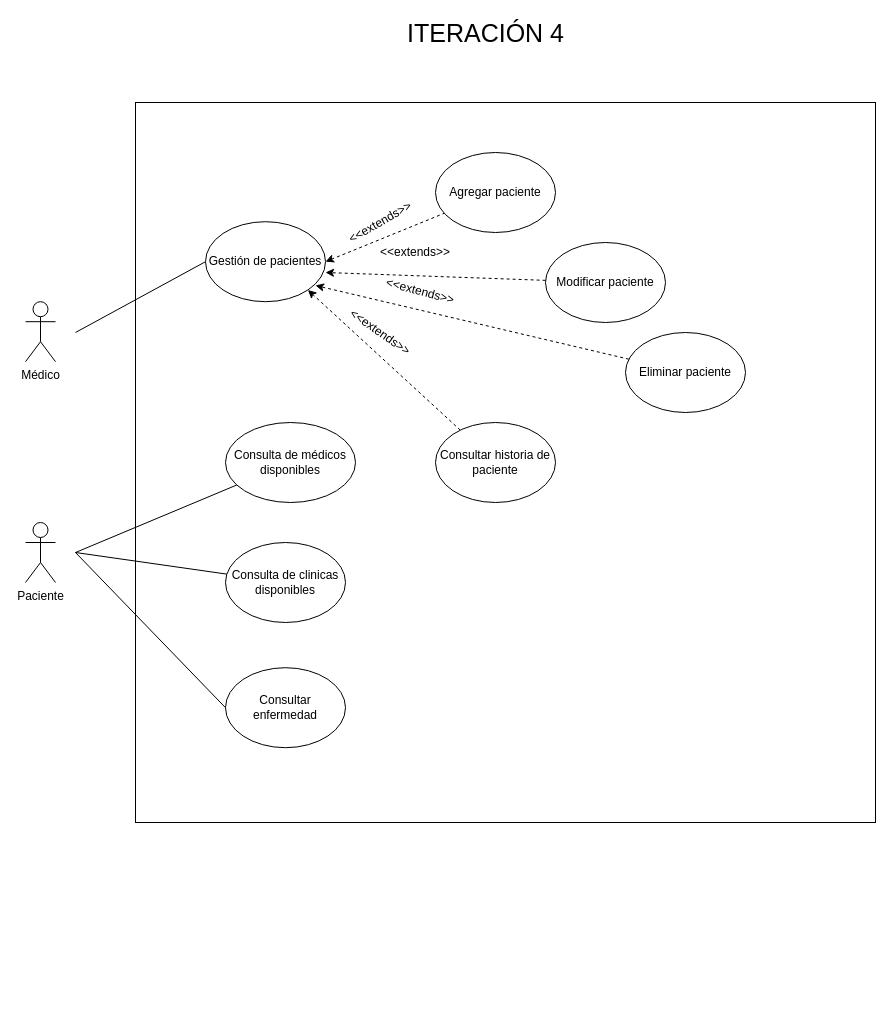
The draw.io diagram MET/CU-IT4.drawio in NeutronBlast/IS-Ex, before the edit. Source tidied: cells renumbered, new cells numbered last; positions are measured from the earlier drawing's top-left corner, leaving out a move shared by most shapes. Both pictures are drawn from the tidied source at 100%, with x=0, y=0 at pixel (25, 22).
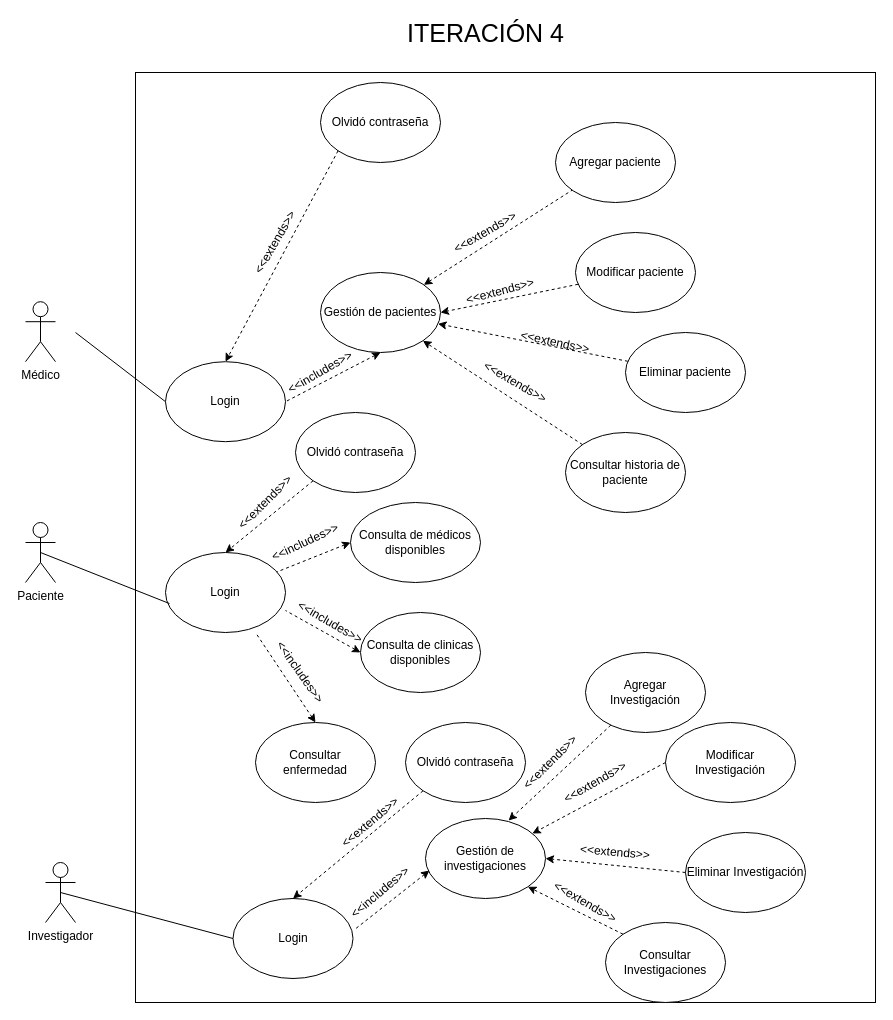
Above is the later version.

Unchanged cells that the change refers to:
```xml
<mxCell id="4" value="Paciente" style="shape=umlActor;verticalLabelPosition=bottom;labelBackgroundColor=#ffffff;verticalAlign=top;html=1;outlineConnect=0;" parent="1" vertex="1">
  <mxGeometry y="500" width="30" height="60" as="geometry" />
</mxCell>
<mxCell id="10" value="Eliminar paciente" style="ellipse;whiteSpace=wrap;html=1;" parent="1" vertex="1">
  <mxGeometry x="600" y="310" width="120" height="80" as="geometry" />
</mxCell>
```

Diff of the diagram source:
```diff
@@
     <mxCell id="2" style="whiteSpace=wrap;html=1;" parent="1" vertex="1">
-      <mxGeometry x="110" y="80" width="740" height="720" as="geometry" />
+      <mxGeometry x="110" y="50" width="740" height="930" as="geometry" />
     </mxCell>
@@
-    <mxCell id="5" style="rounded=0;jettySize=auto;html=1;exitX=1;exitY=0.5;exitDx=0;exitDy=0;endArrow=none;endFill=0;startArrow=classic;startFill=1;dashed=1;" parent="1" edge="1" source="7" target="8">
+    <mxCell id="5" style="rounded=0;jettySize=auto;html=1;endArrow=none;endFill=0;startArrow=classic;startFill=1;dashed=1;" parent="1" edge="1" source="7" target="8">
       <mxGeometry relative="1" as="geometry" />
     </mxCell>
-    <mxCell id="6" style="edgeStyle=none;rounded=0;jettySize=auto;html=1;exitX=0;exitY=0.5;exitDx=0;exitDy=0;startArrow=none;startFill=0;endArrow=none;endFill=0;" parent="1" edge="1" source="7">
+    <mxCell id="6" style="edgeStyle=none;rounded=0;jettySize=auto;html=1;exitX=0;exitY=0.5;exitDx=0;exitDy=0;startArrow=none;startFill=0;endArrow=none;endFill=0;" parent="1" edge="1" source="34">
       <mxGeometry relative="1" as="geometry">
         <mxPoint x="50" y="310" as="targetPoint" />
       </mxGeometry>
     </mxCell>
     <mxCell id="7" value="Gestión de pacientes" style="ellipse;whiteSpace=wrap;html=1;" parent="1" vertex="1">
-      <mxGeometry x="180" y="199.2" width="120" height="80" as="geometry" />
+      <mxGeometry x="295" y="250" width="120" height="80" as="geometry" />
     </mxCell>
     <mxCell id="8" value="Agregar paciente" style="ellipse;whiteSpace=wrap;html=1;" parent="1" vertex="1">
-      <mxGeometry x="410" y="130" width="120" height="80" as="geometry" />
+      <mxGeometry x="530" y="100" width="120" height="80" as="geometry" />
     </mxCell>
-    <mxCell id="9" style="edgeStyle=none;rounded=0;jettySize=auto;html=1;dashed=1;startArrow=none;startFill=0;endArrow=classic;endFill=1;" parent="1" edge="1" source="10">
-      <mxGeometry relative="1" as="geometry">
-        <mxPoint x="290" y="263" as="targetPoint" />
-      </mxGeometry>
+    <mxCell id="9" style="edgeStyle=none;rounded=0;jettySize=auto;html=1;dashed=1;startArrow=none;startFill=0;endArrow=classic;endFill=1;" parent="1" edge="1" source="10" target="7">
+      <mxGeometry relative="1" as="geometry" />
     </mxCell>
@@
     <mxCell id="12" value="Consultar historia de paciente" style="ellipse;whiteSpace=wrap;html=1;" parent="1" vertex="1">
-      <mxGeometry x="410" y="400" width="120" height="80" as="geometry" />
+      <mxGeometry x="540" y="410" width="120" height="80" as="geometry" />
     </mxCell>
-    <mxCell id="13" style="edgeStyle=none;rounded=0;jettySize=auto;html=1;startArrow=none;startFill=0;endArrow=none;endFill=0;" parent="1" edge="1" source="14">
-      <mxGeometry relative="1" as="geometry">
-        <mxPoint x="50" y="530" as="targetPoint" />
-      </mxGeometry>
-    </mxCell>
     <mxCell id="14" value="Consulta de clinicas disponibles" style="ellipse;whiteSpace=wrap;html=1;" parent="1" vertex="1">
-      <mxGeometry x="200" y="520" width="120" height="80" as="geometry" />
+      <mxGeometry x="335" y="590" width="120" height="80" as="geometry" />
     </mxCell>
-    <mxCell id="15" style="edgeStyle=none;rounded=0;jettySize=auto;html=1;exitX=0;exitY=0.5;exitDx=0;exitDy=0;startArrow=none;startFill=0;endArrow=none;endFill=0;" parent="1" edge="1" source="16">
-      <mxGeometry relative="1" as="geometry">
-        <mxPoint x="50" y="530" as="targetPoint" />
-      </mxGeometry>
-    </mxCell>
     <mxCell id="16" value="Consultar enfermedad" style="ellipse;whiteSpace=wrap;html=1;" parent="1" vertex="1">
-      <mxGeometry x="200" y="645.2" width="120" height="80" as="geometry" />
+      <mxGeometry x="230" y="700" width="120" height="80" as="geometry" />
     </mxCell>
-    <mxCell id="17" style="edgeStyle=none;rounded=0;jettySize=auto;html=1;entryX=1;entryY=0.635;entryDx=0;entryDy=0;entryPerimeter=0;dashed=1;startArrow=none;startFill=0;endArrow=classic;endFill=1;" parent="1" edge="1" source="18" target="7">
+    <mxCell id="17" style="edgeStyle=none;rounded=0;jettySize=auto;html=1;entryX=1;entryY=0.5;entryDx=0;entryDy=0;dashed=1;startArrow=none;startFill=0;endArrow=classic;endFill=1;" parent="1" edge="1" source="18" target="7">
       <mxGeometry relative="1" as="geometry" />
     </mxCell>
     <mxCell id="18" value="Modificar paciente" style="ellipse;whiteSpace=wrap;html=1;" parent="1" vertex="1">
-      <mxGeometry x="520" y="220" width="120" height="80" as="geometry" />
+      <mxGeometry x="550" y="210" width="120" height="80" as="geometry" />
     </mxCell>
@@
     <mxCell id="20" value="&amp;lt;&amp;lt;extends&amp;gt;&amp;gt;" style="text;html=1;strokeColor=none;fillColor=none;align=center;verticalAlign=middle;whiteSpace=wrap;rounded=0;rotation=-30;" parent="1" vertex="1">
-      <mxGeometry x="335" y="190" width="40" height="20" as="geometry" />
+      <mxGeometry x="440" y="200" width="40" height="20" as="geometry" />
     </mxCell>
-    <mxCell id="21" value="&amp;lt;&amp;lt;extends&amp;gt;&amp;gt;" style="text;html=1;strokeColor=none;fillColor=none;align=center;verticalAlign=middle;whiteSpace=wrap;rounded=0;rotation=0;" parent="1" vertex="1">
-      <mxGeometry x="370" y="220" width="40" height="20" as="geometry" />
+    <mxCell id="21" value="&amp;lt;&amp;lt;extends&amp;gt;&amp;gt;" style="text;html=1;strokeColor=none;fillColor=none;align=center;verticalAlign=middle;whiteSpace=wrap;rounded=0;rotation=-15;" parent="1" vertex="1">
+      <mxGeometry x="455" y="259.2" width="40" height="20" as="geometry" />
     </mxCell>
-    <mxCell id="22" value="&amp;lt;&amp;lt;extends&amp;gt;&amp;gt;" style="text;html=1;strokeColor=none;fillColor=none;align=center;verticalAlign=middle;whiteSpace=wrap;rounded=0;rotation=15;" parent="1" vertex="1">
-      <mxGeometry x="375" y="259.2" width="40" height="20" as="geometry" />
+    <mxCell id="22" value="&amp;lt;&amp;lt;extends&amp;gt;&amp;gt;" style="text;html=1;strokeColor=none;fillColor=none;align=center;verticalAlign=middle;whiteSpace=wrap;rounded=0;rotation=12;" parent="1" vertex="1">
+      <mxGeometry x="510" y="310" width="40" height="20" as="geometry" />
     </mxCell>
-    <mxCell id="23" value="&amp;lt;&amp;lt;extends&amp;gt;&amp;gt;" style="text;html=1;strokeColor=none;fillColor=none;align=center;verticalAlign=middle;whiteSpace=wrap;rounded=0;rotation=35;" parent="1" vertex="1">
-      <mxGeometry x="335" y="300" width="40" height="20" as="geometry" />
+    <mxCell id="23" value="&amp;lt;&amp;lt;extends&amp;gt;&amp;gt;" style="text;html=1;strokeColor=none;fillColor=none;align=center;verticalAlign=middle;whiteSpace=wrap;rounded=0;rotation=30;" parent="1" vertex="1">
+      <mxGeometry x="470" y="350" width="40" height="20" as="geometry" />
     </mxCell>
     <mxCell id="24" value="Consulta de médicos disponibles" style="ellipse;whiteSpace=wrap;html=1;" parent="1" vertex="1">
-      <mxGeometry x="200" y="400" width="130" height="80" as="geometry" />
+      <mxGeometry x="325" y="480" width="130" height="80" as="geometry" />
     </mxCell>
-    <mxCell id="25" style="edgeStyle=none;rounded=0;jettySize=auto;html=1;startArrow=none;startFill=0;endArrow=none;endFill=0;" parent="1" edge="1" source="24">
-      <mxGeometry relative="1" as="geometry">
-        <mxPoint x="50" y="530" as="targetPoint" />
-      </mxGeometry>
-    </mxCell>
+    <mxCell id="26" value="Login" style="ellipse;whiteSpace=wrap;html=1;" parent="1" vertex="1">
+      <mxGeometry x="140" y="530" width="120" height="80" as="geometry" />
+    </mxCell>
+    <mxCell id="27" style="edgeStyle=none;rounded=0;jettySize=auto;html=1;exitX=0.033;exitY=0.638;exitDx=0;exitDy=0;startArrow=none;startFill=0;endArrow=none;endFill=0;entryX=0.5;entryY=0.5;entryDx=0;entryDy=0;entryPerimeter=0;exitPerimeter=0;" parent="1" edge="1" source="26" target="4">
+      <mxGeometry relative="1" as="geometry" />
+    </mxCell>
+    <mxCell id="28" style="edgeStyle=none;rounded=0;jettySize=auto;html=1;dashed=1;startArrow=classic;startFill=1;endArrow=none;endFill=0;exitX=0;exitY=0.5;exitDx=0;exitDy=0;" parent="1" edge="1" source="24" target="26">
+      <mxGeometry relative="1" as="geometry" />
+    </mxCell>
+    <mxCell id="29" style="edgeStyle=none;rounded=0;jettySize=auto;html=1;dashed=1;startArrow=classic;startFill=1;endArrow=none;endFill=0;exitX=0;exitY=0.5;exitDx=0;exitDy=0;entryX=1;entryY=0.725;entryDx=0;entryDy=0;entryPerimeter=0;" parent="1" edge="1" source="14" target="26">
+      <mxGeometry relative="1" as="geometry" />
+    </mxCell>
+    <mxCell id="30" style="edgeStyle=none;rounded=0;jettySize=auto;html=1;dashed=1;startArrow=classic;startFill=1;endArrow=none;endFill=0;exitX=0.5;exitY=0;exitDx=0;exitDy=0;entryX=0.75;entryY=1;entryDx=0;entryDy=0;entryPerimeter=0;" parent="1" edge="1" source="16" target="26">
+      <mxGeometry relative="1" as="geometry" />
+    </mxCell>
+    <mxCell id="31" value="&amp;lt;&amp;lt;includes&amp;gt;&amp;gt;" style="text;html=1;strokeColor=none;fillColor=none;align=center;verticalAlign=middle;whiteSpace=wrap;rounded=0;rotation=-25;" parent="1" vertex="1">
+      <mxGeometry x="260" y="510" width="40" height="20" as="geometry" />
+    </mxCell>
+    <mxCell id="32" value="&amp;lt;&amp;lt;includes&amp;gt;&amp;gt;" style="text;html=1;strokeColor=none;fillColor=none;align=center;verticalAlign=middle;whiteSpace=wrap;rounded=0;rotation=30;" parent="1" vertex="1">
+      <mxGeometry x="285" y="590" width="40" height="20" as="geometry" />
+    </mxCell>
+    <mxCell id="33" value="&amp;lt;&amp;lt;includes&amp;gt;&amp;gt;" style="text;html=1;strokeColor=none;fillColor=none;align=center;verticalAlign=middle;whiteSpace=wrap;rounded=0;rotation=55;" parent="1" vertex="1">
+      <mxGeometry x="255" y="640" width="40" height="20" as="geometry" />
+    </mxCell>
+    <mxCell id="34" value="Login" style="ellipse;whiteSpace=wrap;html=1;" parent="1" vertex="1">
+      <mxGeometry x="140" y="339.2" width="120" height="80" as="geometry" />
+    </mxCell>
+    <mxCell id="35" style="edgeStyle=none;rounded=0;jettySize=auto;html=1;entryX=1;entryY=0.5;entryDx=0;entryDy=0;dashed=1;startArrow=classic;startFill=1;endArrow=none;endFill=0;exitX=0.5;exitY=1;exitDx=0;exitDy=0;" parent="1" edge="1" source="7" target="34">
+      <mxGeometry relative="1" as="geometry" />
+    </mxCell>
+    <mxCell id="36" value="&lt;span&gt;&amp;lt;&amp;lt;includes&amp;gt;&amp;gt;&lt;/span&gt;" style="text;html=1;strokeColor=none;fillColor=none;align=center;verticalAlign=middle;whiteSpace=wrap;rounded=0;rotation=-30;" parent="1" vertex="1">
+      <mxGeometry x="275" y="340" width="40" height="20" as="geometry" />
+    </mxCell>
+    <mxCell id="37" value="Investigador" style="shape=umlActor;verticalLabelPosition=bottom;labelBackgroundColor=#ffffff;verticalAlign=top;html=1;outlineConnect=0;" parent="1" vertex="1">
+      <mxGeometry x="20" y="840" width="30" height="60" as="geometry" />
+    </mxCell>
+    <mxCell id="38" style="edgeStyle=none;rounded=0;jettySize=auto;html=1;exitX=0;exitY=0.5;exitDx=0;exitDy=0;startArrow=none;startFill=0;endArrow=none;endFill=0;entryX=0.5;entryY=0.5;entryDx=0;entryDy=0;entryPerimeter=0;" parent="1" edge="1" source="39" target="37">
+      <mxGeometry relative="1" as="geometry" />
+    </mxCell>
+    <mxCell id="39" value="Login" style="ellipse;whiteSpace=wrap;html=1;" parent="1" vertex="1">
+      <mxGeometry x="207.5" y="876" width="120" height="80" as="geometry" />
+    </mxCell>
+    <mxCell id="40" style="edgeStyle=none;rounded=0;jettySize=auto;html=1;entryX=1.013;entryY=0.388;entryDx=0;entryDy=0;dashed=1;startArrow=classic;startFill=1;endArrow=none;endFill=0;exitX=0.033;exitY=0.65;exitDx=0;exitDy=0;exitPerimeter=0;entryPerimeter=0;" parent="1" edge="1" source="46" target="39">
+      <mxGeometry relative="1" as="geometry" />
+    </mxCell>
+    <mxCell id="41" value="&lt;span&gt;&amp;lt;&amp;lt;includes&amp;gt;&amp;gt;&lt;/span&gt;" style="text;html=1;strokeColor=none;fillColor=none;align=center;verticalAlign=middle;whiteSpace=wrap;rounded=0;rotation=-40;" parent="1" vertex="1">
+      <mxGeometry x="335" y="860" width="40" height="20" as="geometry" />
+    </mxCell>
+    <mxCell id="42" value="Olvidó contraseña" style="ellipse;whiteSpace=wrap;html=1;" parent="1" vertex="1">
+      <mxGeometry x="270" y="390" width="120" height="80" as="geometry" />
+    </mxCell>
+    <mxCell id="43" style="edgeStyle=none;rounded=0;jettySize=auto;html=1;dashed=1;startArrow=none;startFill=0;endArrow=classic;endFill=1;exitX=0;exitY=1;exitDx=0;exitDy=0;entryX=0.5;entryY=0;entryDx=0;entryDy=0;" parent="1" edge="1" source="42" target="26">
+      <mxGeometry relative="1" as="geometry" />
+    </mxCell>
+    <mxCell id="44" value="Olvidó contraseña" style="ellipse;whiteSpace=wrap;html=1;" parent="1" vertex="1">
+      <mxGeometry x="295" y="60" width="120" height="80" as="geometry" />
+    </mxCell>
+    <mxCell id="45" style="edgeStyle=none;rounded=0;jettySize=auto;html=1;dashed=1;startArrow=none;startFill=0;endArrow=classic;endFill=1;exitX=0;exitY=1;exitDx=0;exitDy=0;entryX=0.5;entryY=0;entryDx=0;entryDy=0;" parent="1" edge="1" source="44" target="34">
+      <mxGeometry relative="1" as="geometry" />
+    </mxCell>
+    <mxCell id="46" value="Gestión de investigaciones" style="ellipse;whiteSpace=wrap;html=1;" parent="1" vertex="1">
+      <mxGeometry x="400" y="796" width="120" height="80" as="geometry" />
+    </mxCell>
+    <mxCell id="47" value="Consultar Investigaciones" style="ellipse;whiteSpace=wrap;html=1;" parent="1" vertex="1">
+      <mxGeometry x="580" y="900" width="120" height="80" as="geometry" />
+    </mxCell>
+    <mxCell id="48" value="Modificar&lt;br&gt;Investigación" style="ellipse;whiteSpace=wrap;html=1;" parent="1" vertex="1">
+      <mxGeometry x="640" y="700" width="130" height="80" as="geometry" />
+    </mxCell>
+    <mxCell id="49" value="Agregar&lt;br&gt;Investigación" style="ellipse;whiteSpace=wrap;html=1;" parent="1" vertex="1">
+      <mxGeometry x="560" y="630" width="120" height="80" as="geometry" />
+    </mxCell>
+    <mxCell id="50" value="Eliminar Investigación" style="ellipse;whiteSpace=wrap;html=1;" parent="1" vertex="1">
+      <mxGeometry x="660" y="810" width="120" height="80" as="geometry" />
+    </mxCell>
+    <mxCell id="51" value="Olvidó contraseña" style="ellipse;whiteSpace=wrap;html=1;" parent="1" vertex="1">
+      <mxGeometry x="380" y="700" width="120" height="80" as="geometry" />
+    </mxCell>
+    <mxCell id="52" style="edgeStyle=none;rounded=0;jettySize=auto;html=1;dashed=1;startArrow=none;startFill=0;endArrow=classic;endFill=1;exitX=0;exitY=1;exitDx=0;exitDy=0;entryX=0.5;entryY=0;entryDx=0;entryDy=0;" parent="1" edge="1" source="51" target="39">
+      <mxGeometry relative="1" as="geometry" />
+    </mxCell>
+    <mxCell id="53" value="&amp;lt;&amp;lt;extends&amp;gt;&amp;gt;" style="text;html=1;strokeColor=none;fillColor=none;align=center;verticalAlign=middle;whiteSpace=wrap;rounded=0;rotation=-40;" parent="1" vertex="1">
+      <mxGeometry x="325" y="790" width="40" height="20" as="geometry" />
+    </mxCell>
+    <mxCell id="54" style="edgeStyle=none;rounded=0;jettySize=auto;html=1;dashed=1;startArrow=none;startFill=0;endArrow=classic;endFill=1;exitX=0;exitY=0;exitDx=0;exitDy=0;entryX=1;entryY=1;entryDx=0;entryDy=0;" parent="1" edge="1" source="47" target="46">
+      <mxGeometry relative="1" as="geometry" />
+    </mxCell>
+    <mxCell id="55" style="edgeStyle=none;rounded=0;jettySize=auto;html=1;dashed=1;startArrow=none;startFill=0;endArrow=classic;endFill=1;exitX=0;exitY=0.5;exitDx=0;exitDy=0;entryX=1;entryY=0.5;entryDx=0;entryDy=0;" parent="1" edge="1" source="50" target="46">
+      <mxGeometry relative="1" as="geometry" />
+    </mxCell>
+    <mxCell id="56" style="edgeStyle=none;rounded=0;jettySize=auto;html=1;dashed=1;startArrow=none;startFill=0;endArrow=classic;endFill=1;exitX=0;exitY=0.5;exitDx=0;exitDy=0;" parent="1" edge="1" source="48" target="46">
+      <mxGeometry relative="1" as="geometry" />
+    </mxCell>
+    <mxCell id="57" style="edgeStyle=none;rounded=0;jettySize=auto;html=1;dashed=1;startArrow=none;startFill=0;endArrow=classic;endFill=1;entryX=0.692;entryY=0.025;entryDx=0;entryDy=0;entryPerimeter=0;" parent="1" edge="1" source="49" target="46">
+      <mxGeometry relative="1" as="geometry" />
+    </mxCell>
+    <mxCell id="58" value="&amp;lt;&amp;lt;extends&amp;gt;&amp;gt;" style="text;html=1;strokeColor=none;fillColor=none;align=center;verticalAlign=middle;whiteSpace=wrap;rounded=0;rotation=-45;" parent="1" vertex="1">
+      <mxGeometry x="505" y="730" width="40" height="20" as="geometry" />
+    </mxCell>
+    <mxCell id="59" value="&amp;lt;&amp;lt;extends&amp;gt;&amp;gt;" style="text;html=1;strokeColor=none;fillColor=none;align=center;verticalAlign=middle;whiteSpace=wrap;rounded=0;rotation=-30;" parent="1" vertex="1">
+      <mxGeometry x="550" y="750" width="40" height="20" as="geometry" />
+    </mxCell>
+    <mxCell id="60" value="&amp;lt;&amp;lt;extends&amp;gt;&amp;gt;" style="text;html=1;strokeColor=none;fillColor=none;align=center;verticalAlign=middle;whiteSpace=wrap;rounded=0;rotation=5;" parent="1" vertex="1">
+      <mxGeometry x="570" y="820" width="40" height="20" as="geometry" />
+    </mxCell>
+    <mxCell id="61" value="&amp;lt;&amp;lt;extends&amp;gt;&amp;gt;" style="text;html=1;strokeColor=none;fillColor=none;align=center;verticalAlign=middle;whiteSpace=wrap;rounded=0;rotation=30;" parent="1" vertex="1">
+      <mxGeometry x="540" y="870" width="40" height="20" as="geometry" />
+    </mxCell>
+    <mxCell id="62" value="&amp;lt;&amp;lt;extends&amp;gt;&amp;gt;" style="text;html=1;strokeColor=none;fillColor=none;align=center;verticalAlign=middle;whiteSpace=wrap;rounded=0;rotation=-45;" parent="1" vertex="1">
+      <mxGeometry x="220" y="470" width="40" height="20" as="geometry" />
+    </mxCell>
+    <mxCell id="63" value="&amp;lt;&amp;lt;extends&amp;gt;&amp;gt;" style="text;html=1;strokeColor=none;fillColor=none;align=center;verticalAlign=middle;whiteSpace=wrap;rounded=0;rotation=-60;" parent="1" vertex="1">
+      <mxGeometry x="230" y="210" width="40" height="20" as="geometry" />
+    </mxCell>
```
